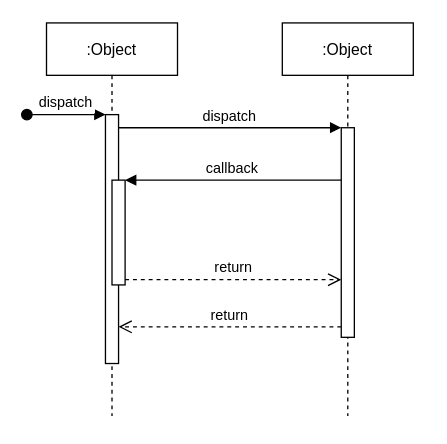
chpark-hoseo/gf2022-Hoxyna keeps this draw.io diagram as 제목 없는 다이어그램.drawio. Above is the earlier version. Source tidied: cells renumbered, new cells numbered last; positions are measured from the earlier drawing's top-left corner, leaving out a move shared by most shapes. Both pictures are drawn from the tidied source at 131%, with x=0, y=0 at pixel (26, 22).
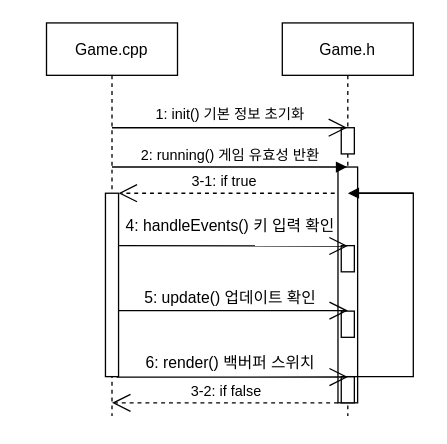
Above is the later version.

Commit message (it also covers changes not shown here):
Game 클래스화.drawio 업데이트

Diff of the diagram source:
```diff
@@
-    <mxCell id="2" value=":Object" style="shape=umlLifeline;perimeter=lifelinePerimeter;rounded=0;shadow=0;strokeWidth=1;" parent="1" vertex="1">
+    <mxCell id="2" value="Game.cpp" style="shape=umlLifeline;perimeter=lifelinePerimeter;rounded=0;shadow=0;strokeWidth=1;" parent="1" vertex="1">
       <mxGeometry x="15" width="100" height="300" as="geometry" />
     </mxCell>
-    <mxCell id="3" style="points=[];perimeter=orthogonalPerimeter;rounded=0;shadow=0;strokeWidth=1;" parent="2" vertex="1">
-      <mxGeometry x="45" y="70" width="10" height="190" as="geometry" />
-    </mxCell>
-    <mxCell id="4" value="dispatch" style="verticalAlign=bottom;startArrow=oval;endArrow=block;startSize=8;shadow=0;strokeWidth=1;" parent="2" edge="1" target="3">
-      <mxGeometry relative="1" as="geometry">
-        <mxPoint x="-15" y="70" as="sourcePoint" />
-      </mxGeometry>
-    </mxCell>
-    <mxCell id="5" style="points=[];perimeter=orthogonalPerimeter;rounded=0;shadow=0;strokeWidth=1;" parent="2" vertex="1">
-      <mxGeometry x="50" y="120" width="10" height="80" as="geometry" />
-    </mxCell>
+    <mxCell id="12" style="points=[];perimeter=orthogonalPerimeter;rounded=0;shadow=0;strokeWidth=1;" parent="2" vertex="1">
+      <mxGeometry x="45" y="130" width="10" height="140" as="geometry" />
+    </mxCell>
-    <mxCell id="6" value=":Object" style="shape=umlLifeline;perimeter=lifelinePerimeter;rounded=0;shadow=0;strokeWidth=1;" parent="1" vertex="1">
+    <mxCell id="6" value="Game.h" style="shape=umlLifeline;perimeter=lifelinePerimeter;rounded=0;shadow=0;strokeWidth=1;" parent="1" vertex="1">
       <mxGeometry x="195" width="100" height="300" as="geometry" />
     </mxCell>
     <mxCell id="7" style="points=[];perimeter=orthogonalPerimeter;rounded=0;shadow=0;strokeWidth=1;" parent="6" vertex="1">
-      <mxGeometry x="45" y="80" width="10" height="160" as="geometry" />
+      <mxGeometry x="45" y="80" width="10" height="20" as="geometry" />
     </mxCell>
-    <mxCell id="8" value="return" style="verticalAlign=bottom;endArrow=open;dashed=1;endSize=8;exitX=0;exitY=0.95;shadow=0;strokeWidth=1;" parent="1" edge="1" source="7" target="3">
-      <mxGeometry relative="1" as="geometry" />
-    </mxCell>
-    <mxCell id="9" value="dispatch" style="verticalAlign=bottom;endArrow=block;entryX=0;entryY=0;shadow=0;strokeWidth=1;" parent="1" edge="1" source="3" target="7">
-      <mxGeometry relative="1" as="geometry" />
-    </mxCell>
-    <mxCell id="10" value="callback" style="verticalAlign=bottom;endArrow=block;entryX=1;entryY=0;shadow=0;strokeWidth=1;" parent="1" edge="1" source="7" target="5">
-      <mxGeometry relative="1" as="geometry" />
-    </mxCell>
-    <mxCell id="11" value="return" style="verticalAlign=bottom;endArrow=open;dashed=1;endSize=8;exitX=1;exitY=0.95;shadow=0;strokeWidth=1;" parent="1" edge="1" source="5" target="7">
-      <mxGeometry relative="1" as="geometry" />
-    </mxCell>
+    <mxCell id="13" style="points=[];perimeter=orthogonalPerimeter;rounded=0;shadow=0;strokeWidth=1;" parent="6" vertex="1">
+      <mxGeometry x="42.5" y="110" width="15" height="180" as="geometry" />
+    </mxCell>
+    <mxCell id="14" style="perimeter=orthogonalPerimeter;rounded=0;shadow=0;strokeWidth=1;" parent="6" vertex="1">
+      <mxGeometry x="45" y="170" width="10" height="20" as="geometry" />
+    </mxCell>
+    <mxCell id="15" value="4: handleEvents() 키 입력 확인" style="text;html=1;align=center;verticalAlign=middle;strokeColor=none;fillColor=none;" parent="6" vertex="1">
+      <mxGeometry x="-135" y="140" width="190" height="30" as="geometry" />
+    </mxCell>
+    <mxCell id="16" style="perimeter=orthogonalPerimeter;rounded=0;shadow=0;strokeWidth=1;" parent="6" vertex="1">
+      <mxGeometry x="45" y="220" width="10" height="20" as="geometry" />
+    </mxCell>
+    <mxCell id="17" style="perimeter=orthogonalPerimeter;rounded=0;shadow=0;strokeWidth=1;" parent="6" vertex="1">
+      <mxGeometry x="45" y="270" width="10" height="20" as="geometry" />
+    </mxCell>
+    <mxCell id="18" value="3-2: if false" style="endArrow=open;endSize=12;dashed=1;html=1;rounded=0;" parent="6" edge="1">
+      <mxGeometry y="-9" relative="1" as="geometry">
+        <mxPoint x="42.5" y="290" as="sourcePoint" />
+        <mxPoint x="-130" y="290" as="targetPoint" />
+      </mxGeometry>
+    </mxCell>
+    <mxCell id="19" style="endArrow=none;html=1;rounded=0;" parent="6" edge="1" source="13" target="6">
+      <mxGeometry relative="1" as="geometry">
+        <Array as="points">
+          <mxPoint x="100" y="130" />
+          <mxPoint x="100" y="270" />
+          <mxPoint x="80" y="270" />
+        </Array>
+      </mxGeometry>
+    </mxCell>
+    <mxCell id="20" style="endArrow=open;endFill=1;endSize=12;html=1;rounded=0;" parent="1" edge="1" target="6">
+      <mxGeometry relative="1" as="geometry">
+        <mxPoint x="65" y="80" as="sourcePoint" />
+      </mxGeometry>
+    </mxCell>
+    <mxCell id="21" value="&lt;span style=&quot;font-size: 11px; background-color: rgb(255, 255, 255);&quot;&gt;1: init() 기본 정보 초기화&lt;/span&gt;" style="text;html=1;align=center;verticalAlign=middle;strokeColor=none;fillColor=none;" parent="1" vertex="1">
+      <mxGeometry x="85" y="55" width="140" height="30" as="geometry" />
+    </mxCell>
+    <mxCell id="22" value="2: running() 게임 유효성&amp;nbsp;반환" style="html=1;verticalAlign=bottom;endArrow=block;rounded=0;" parent="1" edge="1" target="6">
+      <mxGeometry relative="1" as="geometry">
+        <mxPoint x="65" y="110" as="sourcePoint" />
+        <Array as="points">
+          <mxPoint x="125" y="110" />
+        </Array>
+      </mxGeometry>
+    </mxCell>
+    <mxCell id="23" value="3-1: if true&amp;nbsp;" style="endArrow=open;endSize=12;dashed=1;html=1;rounded=0;" parent="1" edge="1" target="12">
+      <mxGeometry y="-9" relative="1" as="geometry">
+        <mxPoint x="235" y="130" as="sourcePoint" />
+      </mxGeometry>
+    </mxCell>
+    <mxCell id="24" style="endArrow=open;endFill=1;endSize=12;html=1;rounded=0;" parent="1" edge="1">
+      <mxGeometry relative="1" as="geometry">
+        <mxPoint x="70.5" y="170" as="sourcePoint" />
+        <mxPoint x="245" y="170.3" as="targetPoint" />
+      </mxGeometry>
+    </mxCell>
+    <mxCell id="25" style="endArrow=open;endFill=1;endSize=12;html=1;rounded=0;entryX=0.501;entryY=0.732;entryDx=0;entryDy=0;entryPerimeter=0;" parent="1" edge="1" source="12" target="6">
+      <mxGeometry relative="1" as="geometry" />
+    </mxCell>
+    <mxCell id="26" style="endArrow=open;endFill=1;endSize=12;html=1;rounded=0;entryX=0.501;entryY=0.901;entryDx=0;entryDy=0;entryPerimeter=0;exitX=0.857;exitY=1.003;exitDx=0;exitDy=0;exitPerimeter=0;" parent="1" edge="1" source="12" target="6">
+      <mxGeometry relative="1" as="geometry" />
+    </mxCell>
+    <mxCell id="27" value="5: update() 업데이트 확인" style="text;html=1;align=center;verticalAlign=middle;strokeColor=none;fillColor=none;" parent="1" vertex="1">
+      <mxGeometry x="75" y="195" width="160" height="30" as="geometry" />
+    </mxCell>
+    <mxCell id="28" value="6: render() 백버퍼 스위치" style="text;html=1;align=center;verticalAlign=middle;strokeColor=none;fillColor=none;" parent="1" vertex="1">
+      <mxGeometry x="75" y="245" width="160" height="30" as="geometry" />
+    </mxCell>
+    <mxCell id="29" style="html=1;verticalAlign=bottom;endArrow=block;rounded=0;" parent="1" edge="1">
+      <mxGeometry relative="1" as="geometry">
+        <mxPoint x="295" y="130" as="sourcePoint" />
+        <mxPoint x="245" y="130" as="targetPoint" />
+      </mxGeometry>
+    </mxCell>
```
